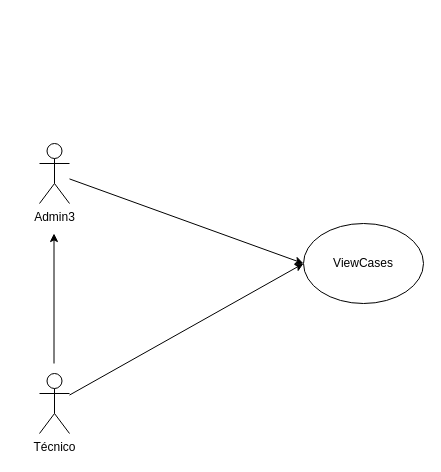
Above: docs/casos-uso/caso/CU-CASO-ViewCases.drawio in grupotecun-citec-wbeto/portal-tectrack-vite (draw.io), before the change. Source tidied: cells renumbered, new cells numbered last; positions are measured from the earlier drawing's top-left corner, leaving out a move shared by most shapes. Both pictures are drawn from the tidied source at 100%, with x=0, y=0 at pixel (39, 143).
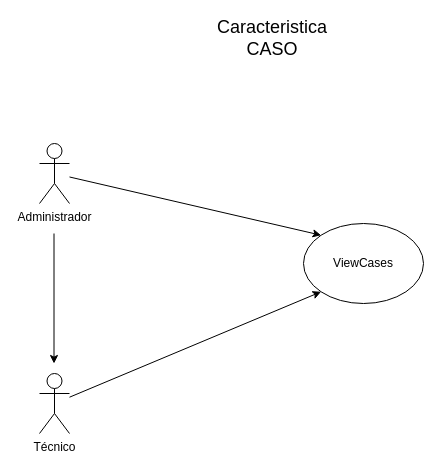
Above is the later version.

The edit, as a diff of the source:
```diff
@@
 <mxGraphModel>
   <root>
     <mxCell id="0" />
     <mxCell id="1" parent="0" />
-    <mxCell id="2" style="rounded=0;jettySize=auto;html=1;entryX=0;entryY=0.5;entryDx=0;entryDy=0;" parent="1" edge="1" source="3" target="6">
+    <mxCell id="2" style="rounded=0;jettySize=auto;html=1;entryX=0;entryY=1;entryDx=0;entryDy=0;" parent="1" edge="1" source="3" target="6">
       <mxGeometry relative="1" as="geometry" />
     </mxCell>
     <mxCell id="3" value="Técnico" style="shape=umlActor;verticalLabelPosition=bottom;verticalAlign=top;html=1;outlineConnect=0;" parent="1" vertex="1">
       <mxGeometry y="230" width="30" height="60" as="geometry" />
     </mxCell>
-    <mxCell id="4" style="rounded=0;jettySize=auto;html=1;entryX=0;entryY=0.5;entryDx=0;entryDy=0;" parent="1" edge="1" source="5" target="6">
+    <mxCell id="4" style="rounded=0;jettySize=auto;html=1;entryX=0;entryY=0;entryDx=0;entryDy=0;" parent="1" edge="1" source="5" target="6">
       <mxGeometry relative="1" as="geometry" />
     </mxCell>
-    <mxCell id="5" value="Admin3" style="shape=umlActor;verticalLabelPosition=bottom;verticalAlign=top;html=1;outlineConnect=0;" parent="1" vertex="1">
+    <mxCell id="5" value="Administrador" style="shape=umlActor;verticalLabelPosition=bottom;verticalAlign=top;html=1;outlineConnect=0;" parent="1" vertex="1">
       <mxGeometry width="30" height="60" as="geometry" />
     </mxCell>
     <mxCell id="6" value="ViewCases" style="ellipse;whiteSpace=wrap;html=1;" parent="1" vertex="1">
       <mxGeometry x="264" y="80" width="120" height="80" as="geometry" />
     </mxCell>
-    <mxCell id="7" style="endArrow=classic;html=1;rounded=0;" parent="1" edge="1">
+    <mxCell id="7" style="endArrow=none;html=1;rounded=0;startArrow=classic;startFill=1;endFill=0;" parent="1" edge="1">
       <mxGeometry relative="1" as="geometry">
         <mxPoint x="14.5" y="220" as="sourcePoint" />
         <mxPoint x="14.5" y="90" as="targetPoint" />
       </mxGeometry>
     </mxCell>
+    <mxCell id="8" value="&lt;font style=&quot;font-size: 18px;&quot;&gt;Caracteristica&lt;/font&gt;&lt;div&gt;&lt;font style=&quot;font-size: 18px;&quot;&gt;CASO&lt;/font&gt;&lt;/div&gt;" style="text;html=1;align=center;verticalAlign=middle;whiteSpace=wrap;rounded=0;" parent="1" vertex="1">
+      <mxGeometry x="130" y="-120" width="206" height="30" as="geometry" />
+    </mxCell>
   </root>
 </mxGraphModel>
```
